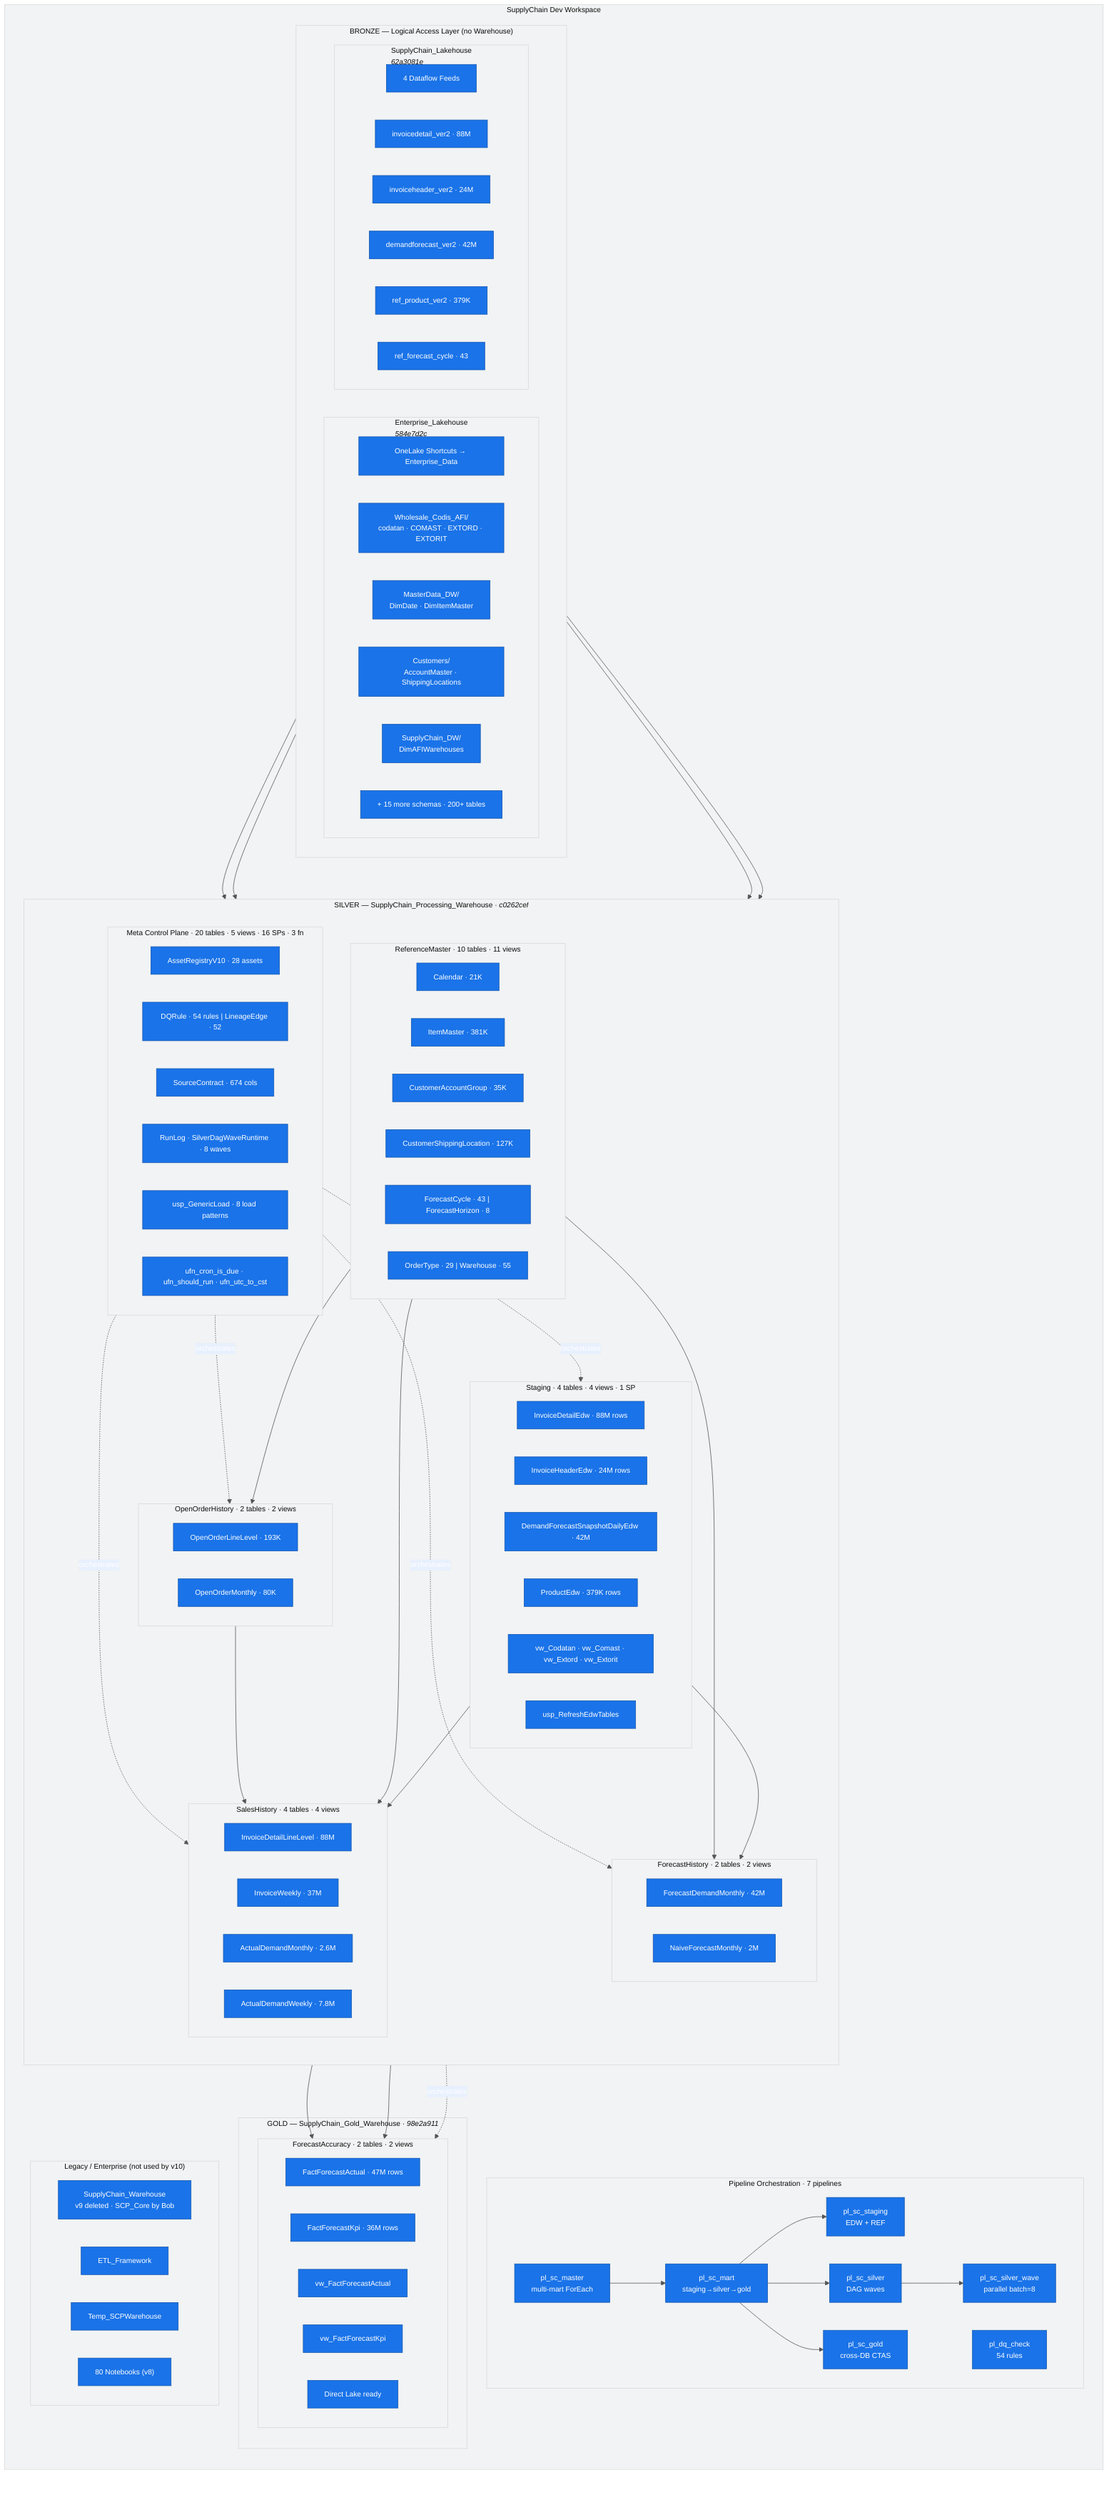
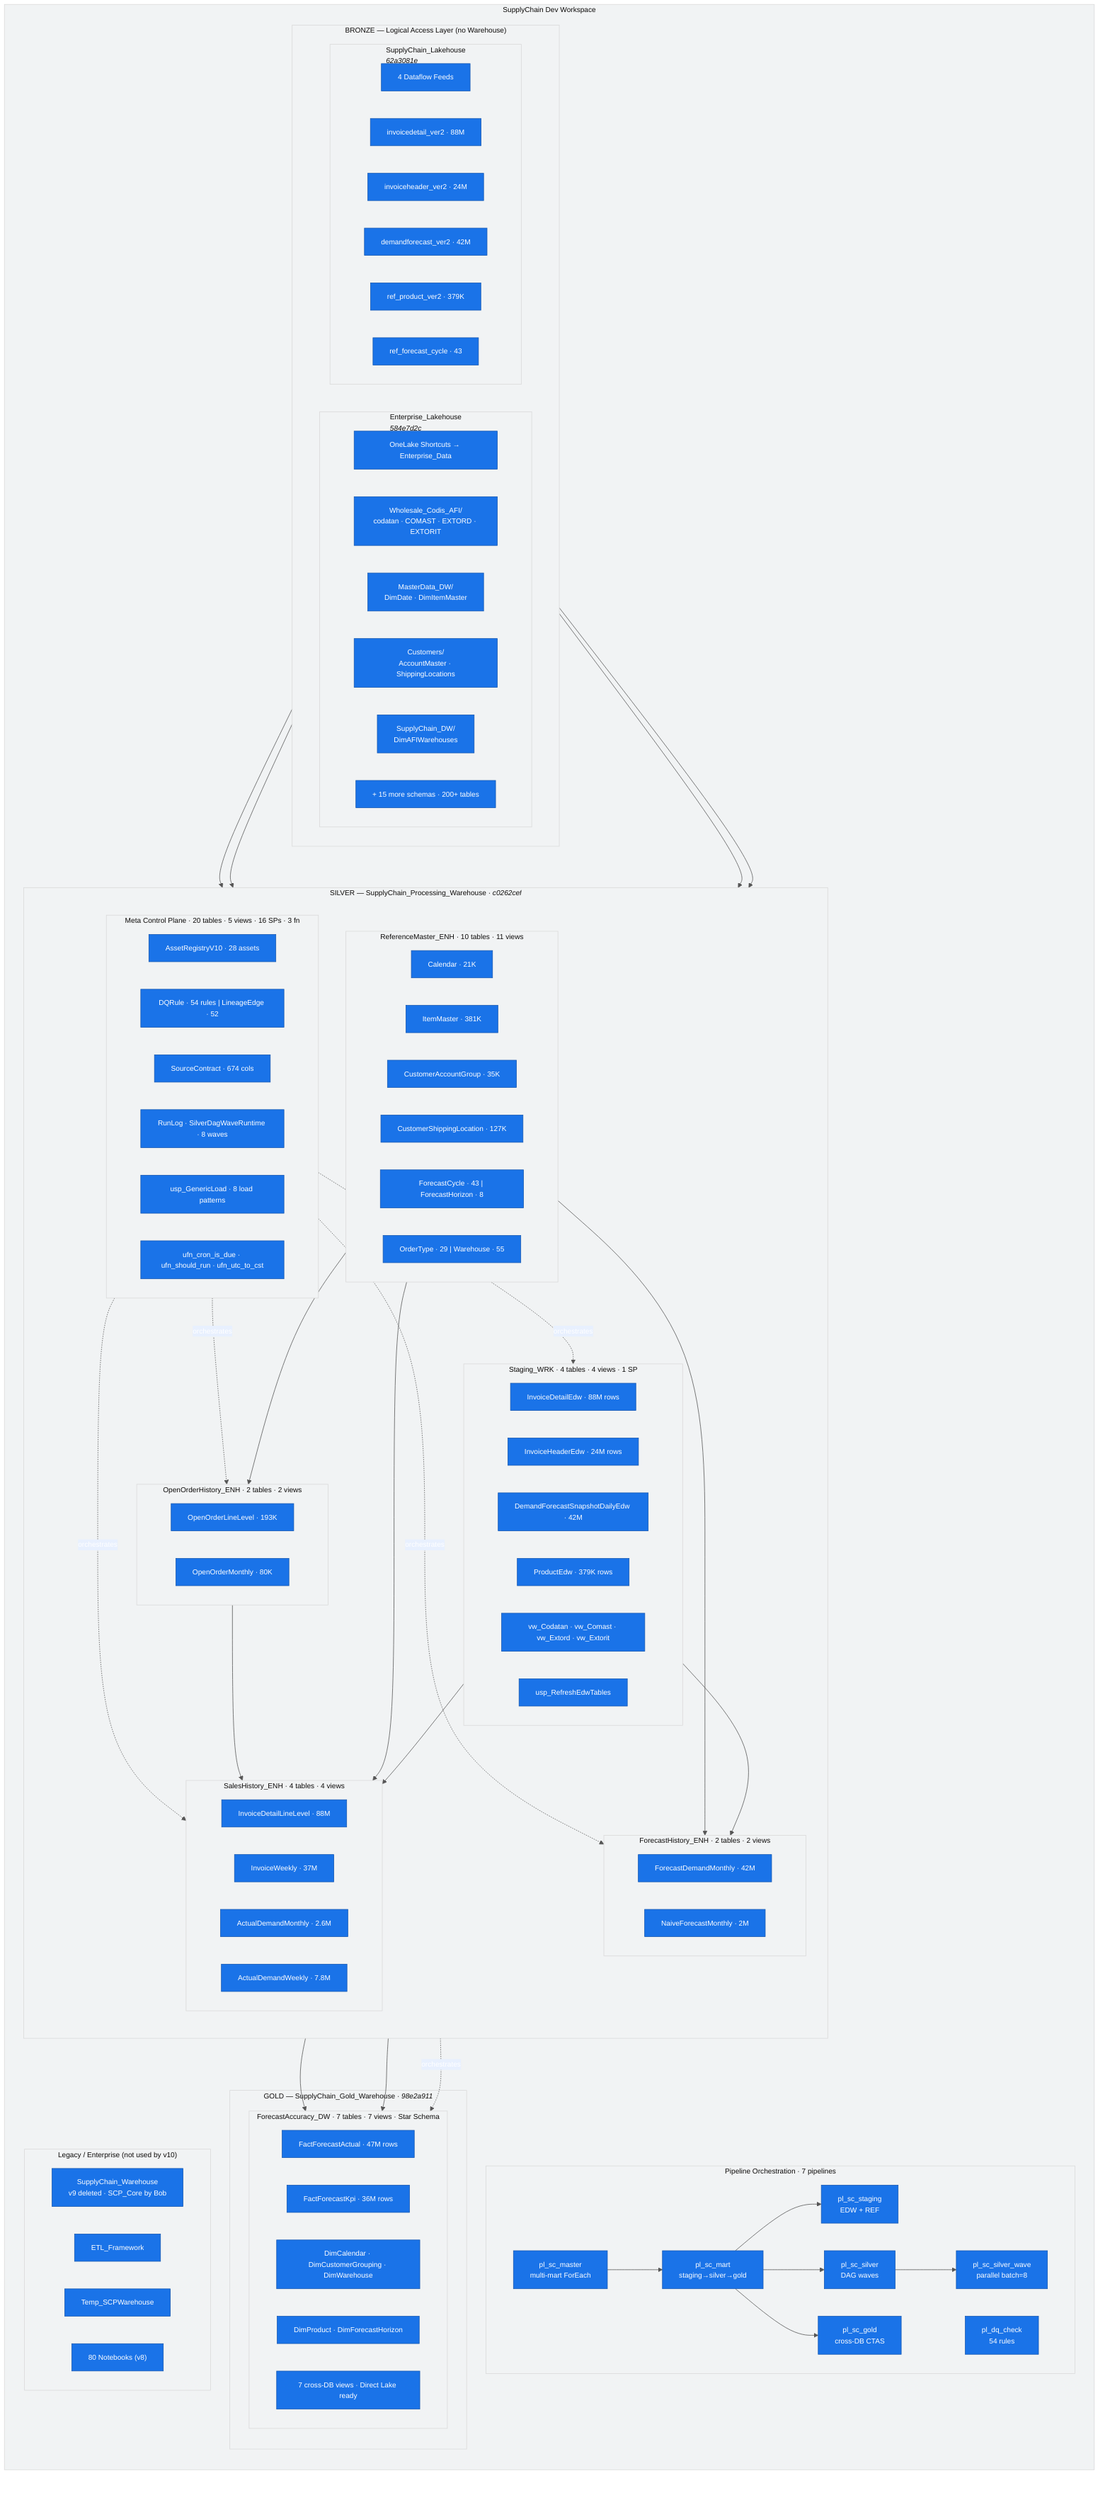
%%{init: {'theme': 'base', 'themeVariables': {'primaryColor': '#1a73e8', 'primaryTextColor': '#fff', 'primaryBorderColor': '#1557b0', 'lineColor': '#555', 'secondaryColor': '#e8f0fe', 'tertiaryColor': '#f1f3f4', 'fontSize': '13px'}}}%%
flowchart TB
    subgraph WORKSPACE["SupplyChain Dev Workspace"]
        direction TB

        subgraph BRONZE_LAYER["BRONZE — Logical Access Layer (no Warehouse)"]
            direction LR
            subgraph EL["Enterprise_Lakehouse<br/><i>584e7d2c</i>"]
                EL1["OneLake Shortcuts → Enterprise_Data"]
                EL2["Wholesale_Codis_AFI/<br/>codatan · COMAST · EXTORD · EXTORIT"]
                EL3["MasterData_DW/<br/>DimDate · DimItemMaster"]
                EL4["Customers/<br/>AccountMaster · ShippingLocations"]
                EL5["SupplyChain_DW/<br/>DimAFIWarehouses"]
                EL6["+ 15 more schemas · 200+ tables"]
            end
            subgraph SL["SupplyChain_Lakehouse<br/><i>62a3081e</i>"]
                SL1["4 Dataflow Feeds"]
                SL2["invoicedetail_ver2 · 88M"]
                SL3["invoiceheader_ver2 · 24M"]
                SL4["demandforecast_ver2 · 42M"]
                SL5["ref_product_ver2 · 379K"]
                SL6["ref_forecast_cycle · 43"]
            end
        end

        subgraph SILVER_LAYER["SILVER — SupplyChain_Processing_Warehouse · <i>c0262cef</i>"]
            direction TB
-             subgraph STG_BOX["Staging · 4 tables · 4 views · 1 SP"]
+             subgraph STG_BOX["Staging_WRK · 4 tables · 4 views · 1 SP"]
                STG1["InvoiceDetailEdw · 88M rows"]
                STG2["InvoiceHeaderEdw · 24M rows"]
                STG3["DemandForecastSnapshotDailyEdw · 42M"]
                STG4["ProductEdw · 379K rows"]
                STG5["vw_Codatan · vw_Comast · vw_Extord · vw_Extorit"]
                STG6["usp_RefreshEdwTables"]
            end
-             subgraph REF_BOX["ReferenceMaster · 10 tables · 11 views"]
+             subgraph REF_BOX["ReferenceMaster_ENH · 10 tables · 11 views"]
                REF1["Calendar · 21K"]
                REF2["ItemMaster · 381K"]
                REF3["CustomerAccountGroup · 35K"]
                REF4["CustomerShippingLocation · 127K"]
                REF5["ForecastCycle · 43 | ForecastHorizon · 8"]
                REF6["OrderType · 29 | Warehouse · 55"]
            end
-             subgraph SH_BOX["SalesHistory · 4 tables · 4 views"]
+             subgraph SH_BOX["SalesHistory_ENH · 4 tables · 4 views"]
                SH1["InvoiceDetailLineLevel · 88M"]
                SH2["InvoiceWeekly · 37M"]
                SH3["ActualDemandMonthly · 2.6M"]
                SH4["ActualDemandWeekly · 7.8M"]
            end
-             subgraph FH_BOX["ForecastHistory · 2 tables · 2 views"]
+             subgraph FH_BOX["ForecastHistory_ENH · 2 tables · 2 views"]
                FH1["ForecastDemandMonthly · 42M"]
                FH2["NaiveForecastMonthly · 2M"]
            end
-             subgraph OH_BOX["OpenOrderHistory · 2 tables · 2 views"]
+             subgraph OH_BOX["OpenOrderHistory_ENH · 2 tables · 2 views"]
                OH1["OpenOrderLineLevel · 193K"]
                OH2["OpenOrderMonthly · 80K"]
            end
            subgraph META_BOX["Meta Control Plane · 20 tables · 5 views · 16 SPs · 3 fn"]
                META1["AssetRegistryV10 · 28 assets"]
                META2["DQRule · 54 rules | LineageEdge · 52"]
                META3["SourceContract · 674 cols"]
                META4["RunLog · SilverDagWaveRuntime · 8 waves"]
                META5["usp_GenericLoad · 8 load patterns"]
                META6["ufn_cron_is_due · ufn_should_run · ufn_utc_to_cst"]
            end
        end

        subgraph GOLD_LAYER["GOLD — SupplyChain_Gold_Warehouse · <i>98e2a911</i>"]
-             subgraph FA_BOX["ForecastAccuracy · 2 tables · 2 views"]
+             subgraph FA_BOX["ForecastAccuracy_DW · 7 tables · 7 views · Star Schema"]
                FA1["FactForecastActual · 47M rows"]
                FA2["FactForecastKpi · 36M rows"]
-                 FA3["vw_FactForecastActual"]
-                 FA4["vw_FactForecastKpi"]
-                 FA5["Direct Lake ready"]
+                 FA3["DimCalendar · DimCustomerGrouping · DimWarehouse"]
+                 FA4["DimProduct · DimForecastHorizon"]
+                 FA5["7 cross-DB views · Direct Lake ready"]
            end
        end

        subgraph PIPELINES["Pipeline Orchestration · 7 pipelines"]
            direction LR
            PL1["pl_sc_master<br/>multi-mart ForEach"]
            PL2["pl_sc_mart<br/>staging→silver→gold"]
            PL3["pl_sc_staging<br/>EDW + REF"]
            PL4["pl_sc_silver<br/>DAG waves"]
            PL5["pl_sc_silver_wave<br/>parallel batch=8"]
            PL6["pl_sc_gold<br/>cross-DB CTAS"]
            PL7["pl_dq_check<br/>54 rules"]
        end

        subgraph LEGACY["Legacy / Enterprise (not used by v10)"]
            direction LR
            LEG1["SupplyChain_Warehouse<br/>v9 deleted · SCP_Core by Bob"]
            LEG2["ETL_Framework"]
            LEG3["Temp_SCPWarehouse"]
            LEG4["80 Notebooks (v8)"]
        end
    end

    EL --> STG_BOX
    EL --> REF_BOX
    EL --> OH_BOX
    SL --> STG_BOX
    STG_BOX --> SH_BOX
    STG_BOX --> FH_BOX
    REF_BOX --> SH_BOX
    REF_BOX --> FH_BOX
    REF_BOX --> OH_BOX
    SH_BOX --> FA_BOX
    FH_BOX --> FA_BOX
    OH_BOX --> SH_BOX
    META_BOX -.->|orchestrates| STG_BOX
    META_BOX -.->|orchestrates| SH_BOX
    META_BOX -.->|orchestrates| FH_BOX
    META_BOX -.->|orchestrates| OH_BOX
    META_BOX -.->|orchestrates| FA_BOX
    PL1 --> PL2
    PL2 --> PL3
    PL2 --> PL4
    PL2 --> PL6
    PL4 --> PL5
